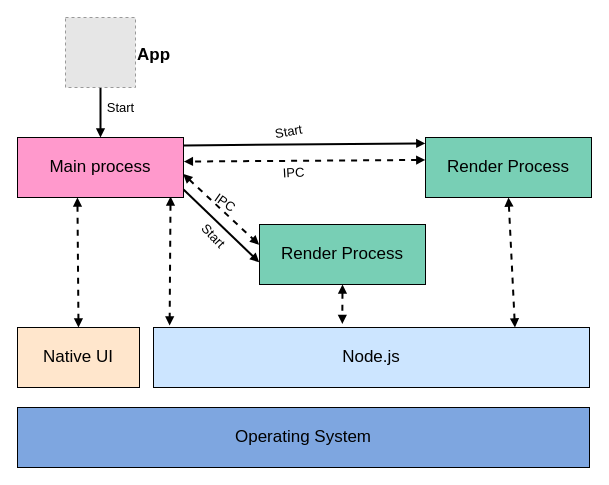
Above: sections/theory/figures/electron-processes.drawio in andstor/bachelor-thesis (draw.io), before the change. Source tidied: cells renumbered, new cells numbered last; positions are measured from the earlier drawing's top-left corner, leaving out a move shared by most shapes. Both pictures are drawn from the tidied source at 100%, with x=0, y=0 at pixel (17, 17). Pictures stored in the file or linked from it are replaced by grey dashed boxes.
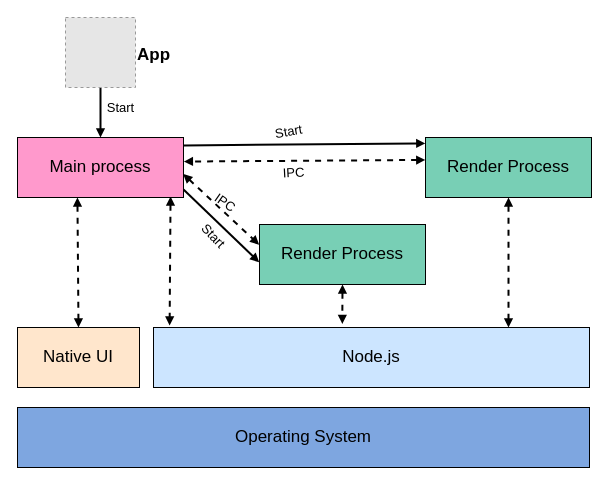
After the change.

The change refers to these unchanged cells:
```xml
<mxCell id="19" value="&lt;span style=&quot;font-size: 17px&quot;&gt;Render Process&lt;br&gt;&lt;/span&gt;" style="whiteSpace=wrap;html=1;strokeWidth=1;fillColor=#78CFB5;shadow=0;" parent="1" vertex="1">
  <mxGeometry x="408" y="120" width="166" height="60" as="geometry" />
</mxCell>
<mxCell id="21" value="&lt;span style=&quot;font-size: 17px&quot;&gt;Node.js&lt;br&gt;&lt;/span&gt;" style="whiteSpace=wrap;html=1;strokeWidth=1;shadow=0;fillColor=#CCE5FF;" parent="1" vertex="1">
  <mxGeometry x="136" y="310" width="436" height="60" as="geometry" />
</mxCell>
```

The edit, as a diff of the source:
```diff
@@
-    <mxCell id="18" style="edgeStyle=none;jettySize=auto;html=1;exitX=0.5;exitY=1;exitDx=0;exitDy=0;startArrow=block;startFill=1;startSize=4;endArrow=block;endFill=1;endSize=4;strokeWidth=2;fontSize=11;entryX=0.829;entryY=-0.002;entryDx=0;entryDy=0;entryPerimeter=0;dashed=1;" parent="1" edge="1" source="19" target="21">
-      <mxGeometry relative="1" as="geometry" />
+    <mxCell id="18" style="edgeStyle=none;jettySize=auto;html=1;exitX=0.5;exitY=1;exitDx=0;exitDy=0;startArrow=block;startFill=1;startSize=4;endArrow=block;endFill=1;endSize=4;strokeWidth=2;fontSize=11;dashed=1;" parent="1" edge="1" source="19">
+      <mxGeometry relative="1" as="geometry">
+        <mxPoint x="491" y="310" as="targetPoint" />
+      </mxGeometry>
     </mxCell>
```
